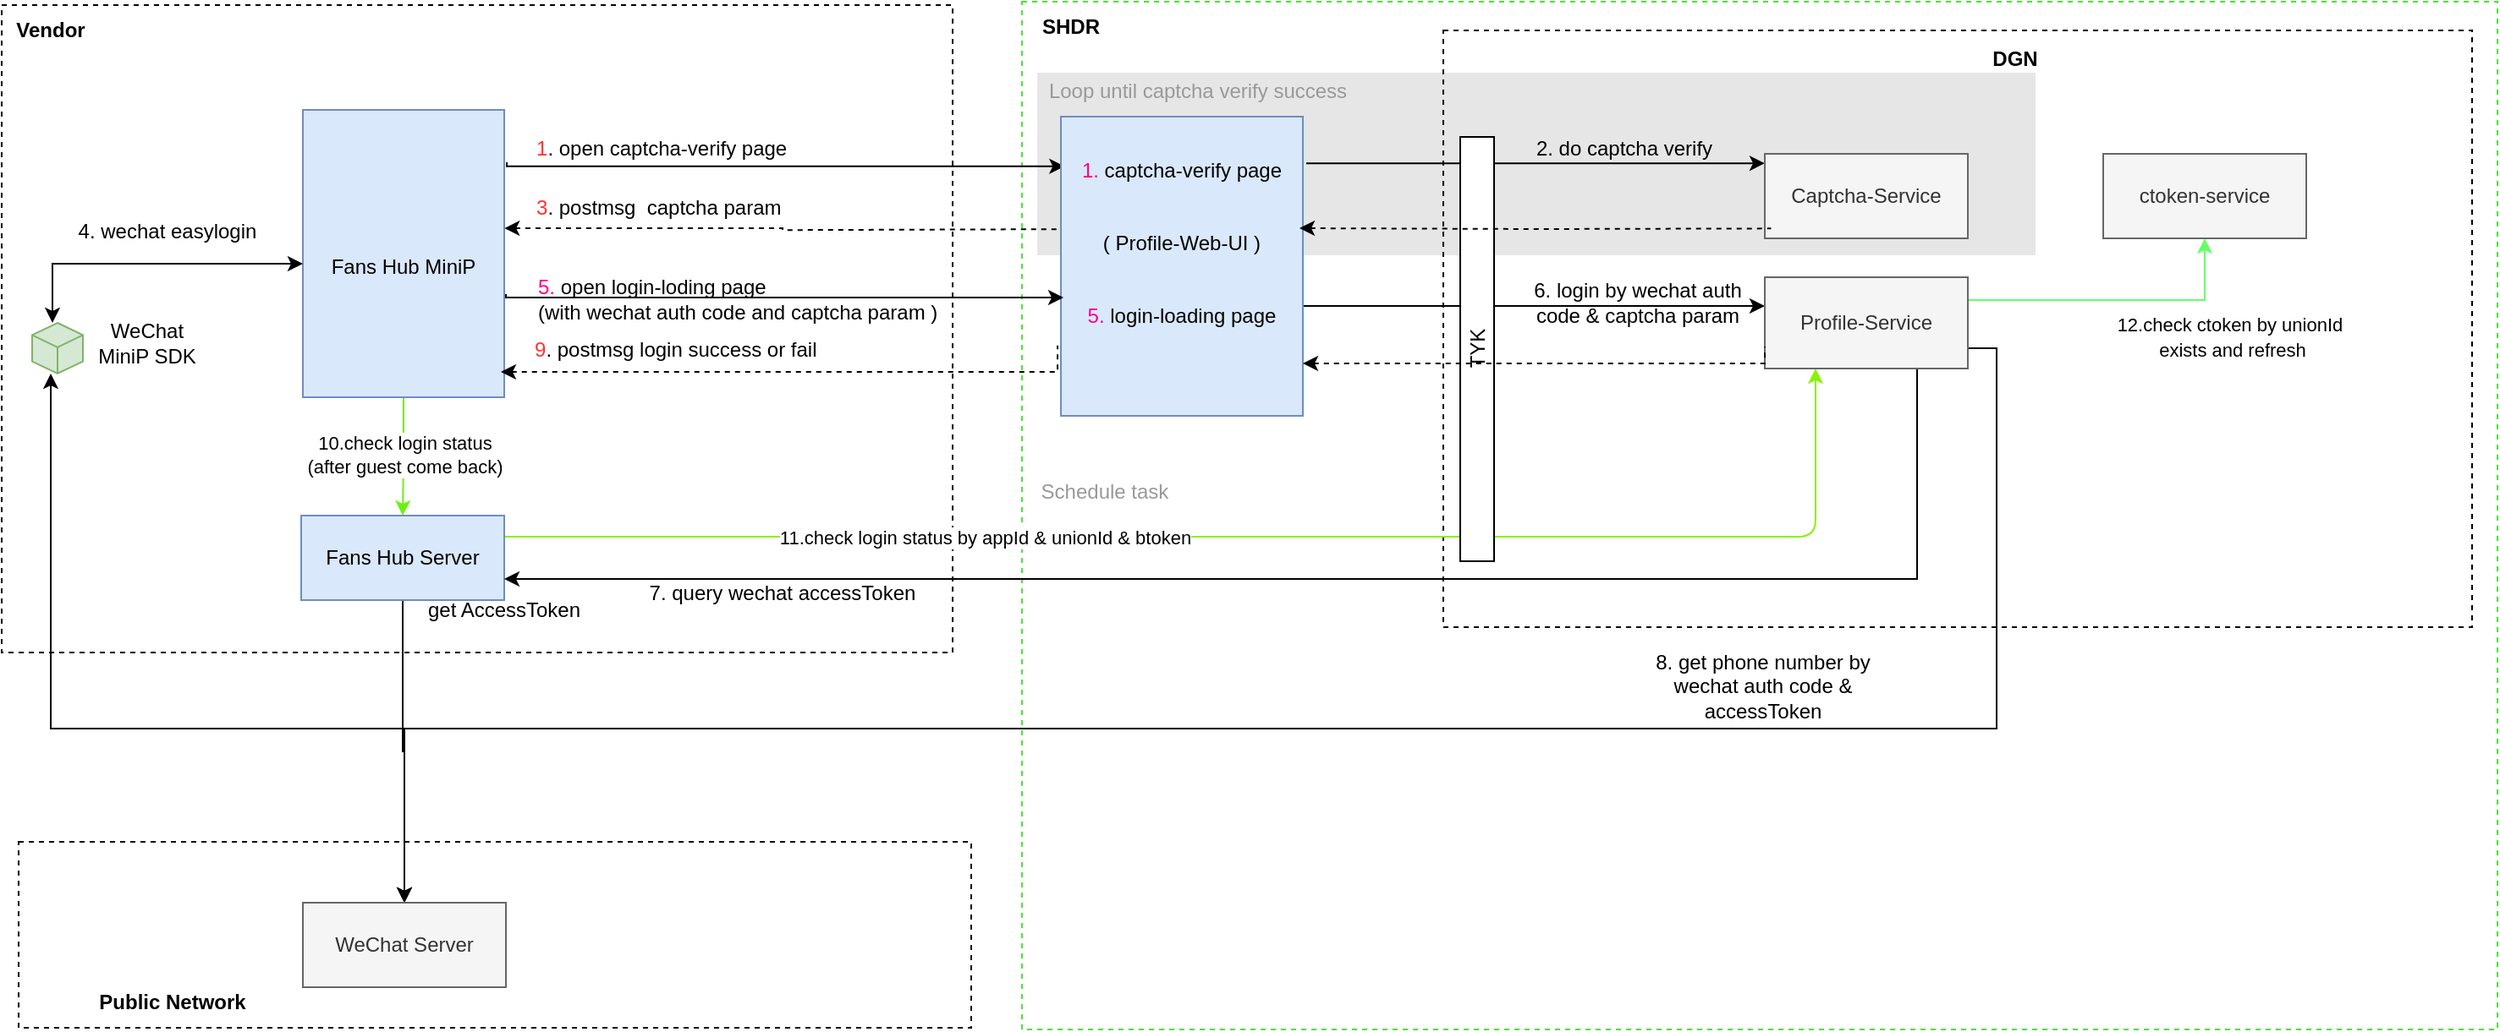
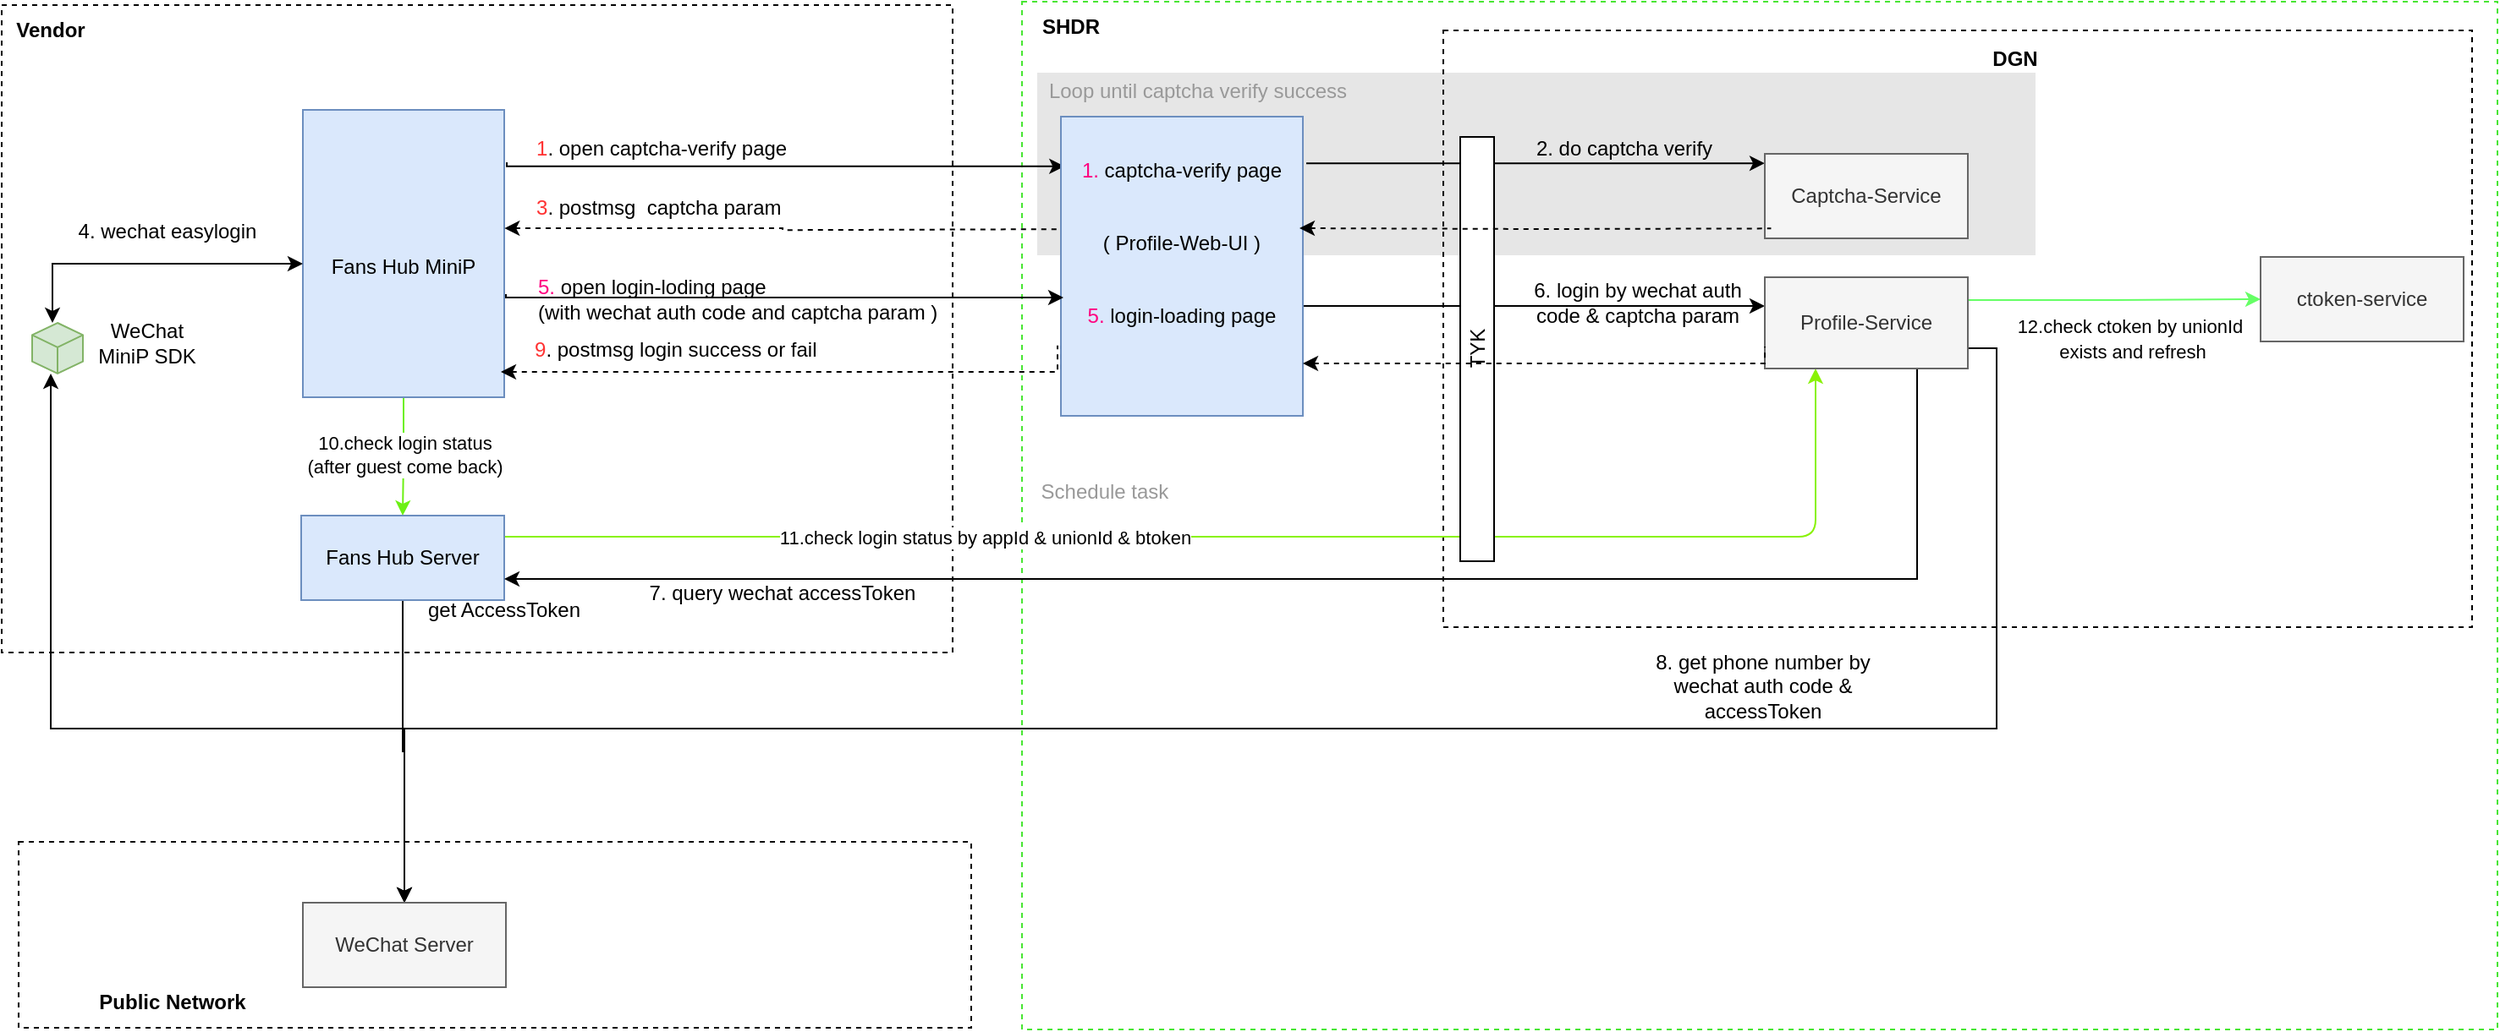
<mxfile host="app.diagrams.net" pages="2">
  <diagram name="Page-1" id="JkKfyPOHSuHI1fNDEWsh">
-     <mxGraphModel dx="2284" dy="878" grid="0" gridSize="10" guides="1" tooltips="1" connect="1" arrows="1" fold="1" page="0" pageScale="1" pageWidth="1100" pageHeight="850" math="0" shadow="0">
+     <mxGraphModel dx="2181" dy="865" grid="0" gridSize="10" guides="1" tooltips="1" connect="1" arrows="1" fold="1" page="0" pageScale="1" pageWidth="1100" pageHeight="850" math="0" shadow="0">
      <root>
        <mxCell id="UnjJ-Cxe2PCDWGxTPb1x-0" />
        <mxCell id="UnjJ-Cxe2PCDWGxTPb1x-1" parent="UnjJ-Cxe2PCDWGxTPb1x-0" />
        <mxCell id="qe2Qx6O1So3mZlVqqVI3-5" parent="UnjJ-Cxe2PCDWGxTPb1x-1" style="rounded=0;whiteSpace=wrap;html=1;fillColor=none;dashed=1;strokeColor=light-dark(#48e633, #ededed);" value="" vertex="1">
          <mxGeometry height="608" width="872" x="511" y="40" as="geometry" />
        </mxCell>
        <mxCell id="gEIhRj9R46I3PNmbhIbR-4" parent="UnjJ-Cxe2PCDWGxTPb1x-1" style="rounded=0;whiteSpace=wrap;html=1;fillColor=#E6E6E6;dashed=1;fontColor=#333333;strokeColor=none;" value="" vertex="1">
          <mxGeometry height="108" width="590" x="520" y="82" as="geometry" />
        </mxCell>
        <mxCell id="qe2Qx6O1So3mZlVqqVI3-7" parent="UnjJ-Cxe2PCDWGxTPb1x-1" style="rounded=0;whiteSpace=wrap;html=1;fillColor=none;dashed=1;" value="" vertex="1">
          <mxGeometry height="110" width="563" x="-82" y="537" as="geometry" />
        </mxCell>
        <mxCell id="qe2Qx6O1So3mZlVqqVI3-3" parent="UnjJ-Cxe2PCDWGxTPb1x-1" style="rounded=0;whiteSpace=wrap;html=1;fillColor=none;dashed=1;" value="" vertex="1">
          <mxGeometry height="353" width="608" x="760" y="57" as="geometry" />
        </mxCell>
        <mxCell id="1MAq06BTFm0Rt7mUuzEK-10" edge="1" parent="UnjJ-Cxe2PCDWGxTPb1x-1" style="edgeStyle=orthogonalEdgeStyle;rounded=0;orthogonalLoop=1;jettySize=auto;html=1;">
          <mxGeometry relative="1" as="geometry">
            <mxPoint x="660" y="219.99999999999997" as="sourcePoint" />
            <mxPoint x="950" y="219.99999999999997" as="targetPoint" />
          </mxGeometry>
        </mxCell>
        <mxCell id="qe2Qx6O1So3mZlVqqVI3-1" parent="UnjJ-Cxe2PCDWGxTPb1x-1" style="rounded=0;whiteSpace=wrap;html=1;fillColor=none;dashed=1;" value="" vertex="1">
          <mxGeometry height="383" width="562" x="-92" y="42" as="geometry" />
        </mxCell>
        <mxCell id="1MAq06BTFm0Rt7mUuzEK-0" edge="1" parent="UnjJ-Cxe2PCDWGxTPb1x-1" style="edgeStyle=orthogonalEdgeStyle;rounded=0;orthogonalLoop=1;jettySize=auto;html=1;entryX=0.015;entryY=0.166;entryDx=0;entryDy=0;entryPerimeter=0;" target="UnjJ-Cxe2PCDWGxTPb1x-15">
          <mxGeometry relative="1" as="geometry">
            <Array as="points">
              <mxPoint x="207" y="137" />
            </Array>
            <mxPoint x="206.5" y="134.98000000000002" as="sourcePoint" />
            <mxPoint x="490.5" y="137.02" as="targetPoint" />
          </mxGeometry>
        </mxCell>
        <mxCell id="MV7O7oNh7DO_Y3bJMNj8-5" edge="1" parent="UnjJ-Cxe2PCDWGxTPb1x-1" source="UnjJ-Cxe2PCDWGxTPb1x-6" style="edgeStyle=orthogonalEdgeStyle;rounded=0;orthogonalLoop=1;jettySize=auto;html=1;exitX=0.5;exitY=1;exitDx=0;exitDy=0;entryX=0.5;entryY=0;entryDx=0;entryDy=0;strokeColor=light-dark(#6cf014, #ededed);" target="UnjJ-Cxe2PCDWGxTPb1x-12">
          <mxGeometry relative="1" as="geometry" />
        </mxCell>
        <mxCell id="MV7O7oNh7DO_Y3bJMNj8-6" connectable="0" parent="MV7O7oNh7DO_Y3bJMNj8-5" style="edgeLabel;html=1;align=center;verticalAlign=middle;resizable=0;points=[];" value="10.check login status&lt;div&gt;(after guest come back)&lt;/div&gt;" vertex="1">
          <mxGeometry relative="1" x="-0.0355" as="geometry">
            <mxPoint as="offset" />
          </mxGeometry>
        </mxCell>
        <mxCell id="UnjJ-Cxe2PCDWGxTPb1x-6" parent="UnjJ-Cxe2PCDWGxTPb1x-1" style="rounded=0;whiteSpace=wrap;html=1;fillColor=#dae8fc;strokeColor=#6c8ebf;" value="&lt;div&gt;&lt;br&gt;&lt;/div&gt;Fans Hub MiniP" vertex="1">
          <mxGeometry height="170" width="119" x="86" y="104" as="geometry" />
        </mxCell>
        <mxCell id="qe2Qx6O1So3mZlVqqVI3-0" edge="1" parent="UnjJ-Cxe2PCDWGxTPb1x-1" source="UnjJ-Cxe2PCDWGxTPb1x-8" style="edgeStyle=orthogonalEdgeStyle;rounded=0;orthogonalLoop=1;jettySize=auto;html=1;startArrow=classic;startFill=1;" target="8nDl0_f0pEfaK5ahFEUg-0">
          <mxGeometry relative="1" as="geometry">
            <Array as="points">
              <mxPoint x="-63" y="245" />
              <mxPoint x="-63" y="470" />
            </Array>
          </mxGeometry>
        </mxCell>
        <mxCell id="UnjJ-Cxe2PCDWGxTPb1x-8" parent="UnjJ-Cxe2PCDWGxTPb1x-1" style="html=1;whiteSpace=wrap;shape=isoCube2;backgroundOutline=1;isoAngle=15;fillColor=#d5e8d4;strokeColor=#82b366;" value="" vertex="1">
          <mxGeometry height="30" width="30" x="-74" y="230" as="geometry" />
        </mxCell>
        <mxCell id="UnjJ-Cxe2PCDWGxTPb1x-9" parent="UnjJ-Cxe2PCDWGxTPb1x-1" style="text;html=1;whiteSpace=wrap;strokeColor=none;fillColor=none;align=center;verticalAlign=middle;rounded=0;" value="WeChat&lt;br&gt;MiniP SDK" vertex="1">
          <mxGeometry height="30" width="60" x="-36" y="227.00000000000003" as="geometry" />
        </mxCell>
        <mxCell id="8nDl0_f0pEfaK5ahFEUg-1" edge="1" parent="UnjJ-Cxe2PCDWGxTPb1x-1" source="UnjJ-Cxe2PCDWGxTPb1x-12" style="edgeStyle=orthogonalEdgeStyle;rounded=0;orthogonalLoop=1;jettySize=auto;html=1;entryX=0.5;entryY=0;entryDx=0;entryDy=0;" target="8nDl0_f0pEfaK5ahFEUg-0">
          <mxGeometry relative="1" as="geometry" />
        </mxCell>
        <mxCell id="MV7O7oNh7DO_Y3bJMNj8-7" edge="1" parent="UnjJ-Cxe2PCDWGxTPb1x-1" source="UnjJ-Cxe2PCDWGxTPb1x-12" style="edgeStyle=orthogonalEdgeStyle;rounded=1;orthogonalLoop=1;jettySize=auto;html=1;exitX=1;exitY=0.25;exitDx=0;exitDy=0;entryX=0.25;entryY=1;entryDx=0;entryDy=0;curved=0;strokeColor=light-dark(#89f207, #ededed);" target="UnjJ-Cxe2PCDWGxTPb1x-17">
          <mxGeometry relative="1" as="geometry" />
        </mxCell>
        <mxCell id="MV7O7oNh7DO_Y3bJMNj8-8" connectable="0" parent="MV7O7oNh7DO_Y3bJMNj8-7" style="edgeLabel;html=1;align=center;verticalAlign=middle;resizable=0;points=[];" value="11.check login status by appId &amp;amp; unionId &amp;amp; btoken" vertex="1">
          <mxGeometry relative="1" x="-0.3505" y="1" as="geometry">
            <mxPoint y="1" as="offset" />
          </mxGeometry>
        </mxCell>
        <mxCell id="UnjJ-Cxe2PCDWGxTPb1x-12" parent="UnjJ-Cxe2PCDWGxTPb1x-1" style="rounded=0;whiteSpace=wrap;html=1;fillColor=#dae8fc;strokeColor=#6c8ebf;" value="Fans Hub&amp;nbsp;Server" vertex="1">
          <mxGeometry height="50" width="120" x="85" y="344" as="geometry" />
        </mxCell>
        <mxCell id="UnjJ-Cxe2PCDWGxTPb1x-13" parent="UnjJ-Cxe2PCDWGxTPb1x-1" style="text;html=1;whiteSpace=wrap;strokeColor=none;fillColor=none;align=center;verticalAlign=middle;rounded=0;" value="get AccessToken" vertex="1">
          <mxGeometry height="20" width="110" x="150" y="390" as="geometry" />
        </mxCell>
        <mxCell id="1MAq06BTFm0Rt7mUuzEK-1" edge="1" parent="UnjJ-Cxe2PCDWGxTPb1x-1" style="edgeStyle=orthogonalEdgeStyle;rounded=0;orthogonalLoop=1;jettySize=auto;html=1;">
          <mxGeometry relative="1" as="geometry">
            <mxPoint x="679" y="135.58" as="sourcePoint" />
            <mxPoint x="950" y="135.58" as="targetPoint" />
          </mxGeometry>
        </mxCell>
        <mxCell id="UnjJ-Cxe2PCDWGxTPb1x-15" parent="UnjJ-Cxe2PCDWGxTPb1x-1" style="rounded=0;whiteSpace=wrap;html=1;fillColor=#dae8fc;strokeColor=#6c8ebf;" value="&lt;div&gt;&lt;font style=&quot;color: rgb(255, 0, 128);&quot;&gt;1.&amp;nbsp;&lt;/font&gt;captcha-verify page&lt;/div&gt;&lt;div&gt;&lt;br&gt;&lt;/div&gt;&lt;div&gt;&lt;br&gt;&lt;/div&gt;( Profile-Web-UI )&lt;div&gt;&lt;br&gt;&lt;/div&gt;&lt;div&gt;&lt;br&gt;&lt;/div&gt;&lt;div&gt;&lt;font style=&quot;color: rgb(255, 0, 128);&quot;&gt;5.&lt;/font&gt; login-loading page&lt;br&gt;&lt;div&gt;&lt;br&gt;&lt;/div&gt;&lt;div&gt;&lt;br&gt;&lt;/div&gt;&lt;/div&gt;" vertex="1">
          <mxGeometry height="177" width="143" x="534" y="108" as="geometry" />
        </mxCell>
        <mxCell id="gEIhRj9R46I3PNmbhIbR-0" edge="1" parent="UnjJ-Cxe2PCDWGxTPb1x-1" source="UnjJ-Cxe2PCDWGxTPb1x-17" style="edgeStyle=orthogonalEdgeStyle;rounded=0;orthogonalLoop=1;jettySize=auto;html=1;" target="8nDl0_f0pEfaK5ahFEUg-0">
          <mxGeometry relative="1" as="geometry">
            <Array as="points">
              <mxPoint x="1087" y="245" />
              <mxPoint x="1087" y="470" />
              <mxPoint x="146" y="470" />
            </Array>
            <mxPoint x="1067" y="253" as="sourcePoint" />
            <mxPoint x="227" y="493" as="targetPoint" />
          </mxGeometry>
        </mxCell>
        <mxCell id="MV7O7oNh7DO_Y3bJMNj8-3" edge="1" parent="UnjJ-Cxe2PCDWGxTPb1x-1" source="UnjJ-Cxe2PCDWGxTPb1x-17" style="edgeStyle=orthogonalEdgeStyle;rounded=0;orthogonalLoop=1;jettySize=auto;html=1;exitX=0.75;exitY=1;exitDx=0;exitDy=0;entryX=1;entryY=0.75;entryDx=0;entryDy=0;" target="UnjJ-Cxe2PCDWGxTPb1x-12">
          <mxGeometry relative="1" as="geometry" />
        </mxCell>
-         <mxCell id="MV7O7oNh7DO_Y3bJMNj8-9" edge="1" parent="UnjJ-Cxe2PCDWGxTPb1x-1" source="UnjJ-Cxe2PCDWGxTPb1x-17" style="edgeStyle=orthogonalEdgeStyle;rounded=0;orthogonalLoop=1;jettySize=auto;html=1;exitX=1;exitY=0.25;exitDx=0;exitDy=0;entryX=0.5;entryY=1;entryDx=0;entryDy=0;strokeColor=#66FF66;" target="MV7O7oNh7DO_Y3bJMNj8-1">
+         <mxCell id="MV7O7oNh7DO_Y3bJMNj8-9" edge="1" parent="UnjJ-Cxe2PCDWGxTPb1x-1" source="UnjJ-Cxe2PCDWGxTPb1x-17" style="edgeStyle=orthogonalEdgeStyle;rounded=0;orthogonalLoop=1;jettySize=auto;html=1;exitX=1;exitY=0.25;exitDx=0;exitDy=0;entryX=0;entryY=0.5;entryDx=0;entryDy=0;strokeColor=#66FF66;" target="MV7O7oNh7DO_Y3bJMNj8-1">
          <mxGeometry relative="1" as="geometry" />
        </mxCell>
        <mxCell id="UnjJ-Cxe2PCDWGxTPb1x-17" parent="UnjJ-Cxe2PCDWGxTPb1x-1" style="rounded=0;whiteSpace=wrap;html=1;fillColor=#f5f5f5;fontColor=#333333;strokeColor=#666666;" value="Profile-Service" vertex="1">
          <mxGeometry height="54" width="120" x="950" y="203" as="geometry" />
        </mxCell>
        <mxCell id="UnjJ-Cxe2PCDWGxTPb1x-21" parent="UnjJ-Cxe2PCDWGxTPb1x-1" style="text;html=1;whiteSpace=wrap;strokeColor=none;fillColor=none;align=center;verticalAlign=middle;rounded=0;" value="7. query wechat accessToken" vertex="1">
          <mxGeometry height="20" width="161" x="289" y="380" as="geometry" />
        </mxCell>
        <mxCell id="UnjJ-Cxe2PCDWGxTPb1x-24" parent="UnjJ-Cxe2PCDWGxTPb1x-1" style="text;html=1;whiteSpace=wrap;strokeColor=none;fillColor=none;align=left;verticalAlign=middle;rounded=0;" value="&lt;font style=&quot;color: rgb(255, 0, 128);&quot;&gt;5.&lt;/font&gt; open login-loding page&amp;nbsp;&lt;div&gt;(with wechat auth code&amp;nbsp;&lt;span style=&quot;background-color: transparent; color: light-dark(rgb(0, 0, 0), rgb(255, 255, 255));&quot;&gt;and&amp;nbsp;&lt;/span&gt;&lt;span style=&quot;background-color: transparent; color: light-dark(rgb(0, 0, 0), rgb(255, 255, 255));&quot;&gt;captcha param&lt;/span&gt;&lt;span style=&quot;background-color: transparent; color: light-dark(rgb(0, 0, 0), rgb(255, 255, 255));&quot;&gt;&amp;nbsp;&lt;/span&gt;&lt;span style=&quot;background-color: transparent; color: light-dark(rgb(0, 0, 0), rgb(255, 255, 255));&quot;&gt;)&lt;/span&gt;&lt;/div&gt;" vertex="1">
          <mxGeometry height="42" width="266" x="223" y="195" as="geometry" />
        </mxCell>
        <mxCell id="UnjJ-Cxe2PCDWGxTPb1x-25" parent="UnjJ-Cxe2PCDWGxTPb1x-1" style="rounded=0;whiteSpace=wrap;html=1;horizontal=0;" value="TYK" vertex="1">
          <mxGeometry height="251" width="20" x="770" y="120" as="geometry" />
        </mxCell>
        <mxCell id="UnjJ-Cxe2PCDWGxTPb1x-26" parent="UnjJ-Cxe2PCDWGxTPb1x-1" style="text;html=1;whiteSpace=wrap;strokeColor=none;fillColor=none;align=center;verticalAlign=middle;rounded=0;" value="6. login by wechat auth code &amp;amp; captcha param" vertex="1">
          <mxGeometry height="30" width="150" x="800" y="203" as="geometry" />
        </mxCell>
        <mxCell id="UnjJ-Cxe2PCDWGxTPb1x-29" parent="UnjJ-Cxe2PCDWGxTPb1x-1" style="text;html=1;whiteSpace=wrap;strokeColor=none;fillColor=none;align=center;verticalAlign=middle;rounded=0;" value="4. wechat easylogin" vertex="1">
          <mxGeometry height="20" width="120" x="-54" y="166" as="geometry" />
        </mxCell>
        <mxCell id="UnjJ-Cxe2PCDWGxTPb1x-32" parent="UnjJ-Cxe2PCDWGxTPb1x-1" style="rounded=0;whiteSpace=wrap;html=1;fillColor=#f5f5f5;fontColor=#333333;strokeColor=#666666;" value="Captcha-Service" vertex="1">
          <mxGeometry height="50" width="120" x="950" y="130" as="geometry" />
        </mxCell>
        <mxCell id="UnjJ-Cxe2PCDWGxTPb1x-33" parent="UnjJ-Cxe2PCDWGxTPb1x-1" style="text;html=1;whiteSpace=wrap;strokeColor=none;fillColor=none;align=center;verticalAlign=middle;rounded=0;" value="2. do captcha verify" vertex="1">
          <mxGeometry height="20" width="110" x="812" y="117" as="geometry" />
        </mxCell>
        <mxCell id="1MAq06BTFm0Rt7mUuzEK-4" edge="1" parent="UnjJ-Cxe2PCDWGxTPb1x-1" source="UnjJ-Cxe2PCDWGxTPb1x-6" style="edgeStyle=orthogonalEdgeStyle;rounded=0;orthogonalLoop=1;jettySize=auto;html=1;entryX=0;entryY=0.176;entryDx=0;entryDy=0;dashed=1;startArrow=classic;startFill=1;endArrow=none;endFill=0;entryPerimeter=0;exitX=1.001;exitY=0.412;exitDx=0;exitDy=0;exitPerimeter=0;">
          <mxGeometry relative="1" as="geometry">
            <mxPoint x="252" y="175" as="sourcePoint" />
            <mxPoint x="534" y="174.5859999999999" as="targetPoint" />
          </mxGeometry>
        </mxCell>
        <mxCell id="1MAq06BTFm0Rt7mUuzEK-5" parent="UnjJ-Cxe2PCDWGxTPb1x-1" style="text;html=1;whiteSpace=wrap;strokeColor=none;fillColor=none;align=left;verticalAlign=middle;rounded=0;" value="&lt;font style=&quot;color: rgb(255, 51, 51);&quot;&gt;3&lt;/font&gt;. postmsg&amp;nbsp; captcha param&amp;nbsp;" vertex="1">
          <mxGeometry height="18" width="166.25" x="222" y="153" as="geometry" />
        </mxCell>
        <mxCell id="1MAq06BTFm0Rt7mUuzEK-7" edge="1" parent="UnjJ-Cxe2PCDWGxTPb1x-1" style="edgeStyle=orthogonalEdgeStyle;rounded=0;orthogonalLoop=1;jettySize=auto;html=1;entryX=0;entryY=0.765;entryDx=0;entryDy=0;dashed=1;startArrow=classic;startFill=1;endArrow=none;endFill=0;entryPerimeter=0;">
          <mxGeometry relative="1" as="geometry">
            <Array as="points">
              <mxPoint x="532" y="259" />
            </Array>
            <mxPoint x="203.00000000000045" y="259.0000000000001" as="sourcePoint" />
            <mxPoint x="532" y="243.40499999999997" as="targetPoint" />
          </mxGeometry>
        </mxCell>
        <mxCell id="1MAq06BTFm0Rt7mUuzEK-8" parent="UnjJ-Cxe2PCDWGxTPb1x-1" style="text;html=1;whiteSpace=wrap;strokeColor=none;fillColor=none;align=left;verticalAlign=middle;rounded=0;" value="&lt;font style=&quot;color: rgb(255, 51, 51);&quot;&gt;9&lt;/font&gt;. postmsg login success or fail&lt;span style=&quot;background-color: transparent; color: light-dark(rgb(0, 0, 0), rgb(255, 255, 255));&quot;&gt;&amp;nbsp;&lt;/span&gt;&lt;div&gt;&lt;div&gt;&lt;br&gt;&lt;/div&gt;&lt;/div&gt;" vertex="1">
          <mxGeometry height="31" width="173" x="221" y="237" as="geometry" />
        </mxCell>
        <mxCell id="8nDl0_f0pEfaK5ahFEUg-0" parent="UnjJ-Cxe2PCDWGxTPb1x-1" style="rounded=0;whiteSpace=wrap;html=1;fillColor=#f5f5f5;fontColor=#333333;strokeColor=#666666;" value="WeChat Server" vertex="1">
          <mxGeometry height="50" width="120" x="86" y="573" as="geometry" />
        </mxCell>
        <mxCell id="8nDl0_f0pEfaK5ahFEUg-4" edge="1" parent="UnjJ-Cxe2PCDWGxTPb1x-1" source="UnjJ-Cxe2PCDWGxTPb1x-8" style="edgeStyle=orthogonalEdgeStyle;rounded=0;orthogonalLoop=1;jettySize=auto;html=1;startArrow=classic;startFill=1;" target="UnjJ-Cxe2PCDWGxTPb1x-6">
          <mxGeometry relative="1" as="geometry">
            <Array as="points">
              <mxPoint x="-62" y="195" />
            </Array>
            <mxPoint x="170" y="180" as="targetPoint" />
          </mxGeometry>
        </mxCell>
        <mxCell id="qe2Qx6O1So3mZlVqqVI3-2" parent="UnjJ-Cxe2PCDWGxTPb1x-1" style="text;html=1;whiteSpace=wrap;strokeColor=none;fillColor=none;align=center;verticalAlign=middle;rounded=0;" value="&lt;b&gt;Vendor&lt;/b&gt;" vertex="1">
          <mxGeometry height="30" width="60" x="-93" y="42" as="geometry" />
        </mxCell>
        <mxCell id="qe2Qx6O1So3mZlVqqVI3-4" parent="UnjJ-Cxe2PCDWGxTPb1x-1" style="text;html=1;whiteSpace=wrap;strokeColor=none;fillColor=none;align=center;verticalAlign=middle;rounded=0;" value="&lt;b&gt;DGN&lt;/b&gt;" vertex="1">
          <mxGeometry height="30" width="60" x="1068" y="59" as="geometry" />
        </mxCell>
        <mxCell id="qe2Qx6O1So3mZlVqqVI3-6" parent="UnjJ-Cxe2PCDWGxTPb1x-1" style="text;html=1;whiteSpace=wrap;strokeColor=none;fillColor=none;align=center;verticalAlign=middle;rounded=0;" value="&lt;b&gt;SHDR&lt;/b&gt;" vertex="1">
          <mxGeometry height="30" width="60" x="510" y="40" as="geometry" />
        </mxCell>
        <mxCell id="qe2Qx6O1So3mZlVqqVI3-8" parent="UnjJ-Cxe2PCDWGxTPb1x-1" style="text;html=1;whiteSpace=wrap;strokeColor=none;fillColor=none;align=center;verticalAlign=middle;rounded=0;" value="&lt;b&gt;Public Network&lt;/b&gt;" vertex="1">
          <mxGeometry height="30" width="90" x="-36" y="617" as="geometry" />
        </mxCell>
        <mxCell id="gEIhRj9R46I3PNmbhIbR-2" parent="UnjJ-Cxe2PCDWGxTPb1x-1" style="text;html=1;whiteSpace=wrap;strokeColor=none;fillColor=none;align=center;verticalAlign=middle;rounded=0;" value="8. get phone number by &lt;br&gt;wechat auth code &amp;amp; accessToken" vertex="1">
          <mxGeometry height="40" width="170" x="864" y="425" as="geometry" />
        </mxCell>
        <mxCell id="gEIhRj9R46I3PNmbhIbR-6" parent="UnjJ-Cxe2PCDWGxTPb1x-1" style="text;html=1;whiteSpace=wrap;strokeColor=none;fillColor=none;align=center;verticalAlign=middle;rounded=0;fontColor=#A6A6A6;" value="&lt;font style=&quot;color: rgb(153, 153, 153);&quot;&gt;Loop until captcha verify success&lt;/font&gt;" vertex="1">
          <mxGeometry height="14" width="180" x="525" y="86" as="geometry" />
        </mxCell>
        <mxCell id="gEIhRj9R46I3PNmbhIbR-8" parent="UnjJ-Cxe2PCDWGxTPb1x-1" style="text;html=1;whiteSpace=wrap;strokeColor=none;fillColor=none;align=center;verticalAlign=middle;rounded=0;" value="&lt;font style=&quot;color: rgb(153, 153, 153);&quot;&gt;Schedule task&lt;/font&gt;" vertex="1">
          <mxGeometry height="20" width="100" x="510" y="320" as="geometry" />
        </mxCell>
        <mxCell id="YtpWFMCaTKnpzCtooHJb-9" edge="1" parent="UnjJ-Cxe2PCDWGxTPb1x-1" source="UnjJ-Cxe2PCDWGxTPb1x-15" style="edgeStyle=orthogonalEdgeStyle;rounded=0;orthogonalLoop=1;jettySize=auto;html=1;entryX=0;entryY=0.765;entryDx=0;entryDy=0;dashed=1;startArrow=classic;startFill=1;endArrow=none;endFill=0;entryPerimeter=0;">
          <mxGeometry relative="1" as="geometry">
            <Array as="points">
              <mxPoint x="950" y="254" />
            </Array>
            <mxPoint x="668" y="260" as="sourcePoint" />
            <mxPoint x="950" y="244" as="targetPoint" />
          </mxGeometry>
        </mxCell>
        <mxCell id="YtpWFMCaTKnpzCtooHJb-10" edge="1" parent="UnjJ-Cxe2PCDWGxTPb1x-1" style="edgeStyle=orthogonalEdgeStyle;rounded=0;orthogonalLoop=1;jettySize=auto;html=1;entryX=0;entryY=0.176;entryDx=0;entryDy=0;dashed=1;startArrow=classic;startFill=1;endArrow=none;endFill=0;entryPerimeter=0;exitX=0.977;exitY=0.338;exitDx=0;exitDy=0;exitPerimeter=0;">
          <mxGeometry relative="1" as="geometry">
            <mxPoint x="675.0010000000002" y="173.996" as="sourcePoint" />
            <mxPoint x="953.73" y="174.17" as="targetPoint" />
          </mxGeometry>
        </mxCell>
        <mxCell id="YtpWFMCaTKnpzCtooHJb-11" parent="UnjJ-Cxe2PCDWGxTPb1x-1" style="text;html=1;whiteSpace=wrap;strokeColor=none;fillColor=none;align=left;verticalAlign=middle;rounded=0;" value="&lt;font color=&quot;#ff3333&quot;&gt;1&lt;/font&gt;. open captcha-verify page&amp;nbsp;" vertex="1">
          <mxGeometry height="18" width="166.25" x="222" y="118" as="geometry" />
        </mxCell>
        <mxCell id="YtpWFMCaTKnpzCtooHJb-18" edge="1" parent="UnjJ-Cxe2PCDWGxTPb1x-1" style="edgeStyle=orthogonalEdgeStyle;rounded=0;orthogonalLoop=1;jettySize=auto;html=1;entryX=0.015;entryY=0.166;entryDx=0;entryDy=0;entryPerimeter=0;">
          <mxGeometry relative="1" as="geometry">
            <Array as="points">
              <mxPoint x="206.5" y="215.01999999999998" />
            </Array>
            <mxPoint x="206" y="213" as="sourcePoint" />
            <mxPoint x="535.5" y="215.01999999999998" as="targetPoint" />
          </mxGeometry>
        </mxCell>
        <mxCell id="MV7O7oNh7DO_Y3bJMNj8-1" parent="UnjJ-Cxe2PCDWGxTPb1x-1" style="rounded=0;whiteSpace=wrap;html=1;fillColor=#f5f5f5;fontColor=#333333;strokeColor=#666666;" value="ctoken-service" vertex="1">
-           <mxGeometry height="50" width="120" x="1150" y="130" as="geometry" />
+           <mxGeometry height="50" width="120" x="1243" y="191" as="geometry" />
        </mxCell>
        <mxCell id="MV7O7oNh7DO_Y3bJMNj8-11" parent="UnjJ-Cxe2PCDWGxTPb1x-1" style="text;html=1;whiteSpace=wrap;strokeColor=none;fillColor=none;align=center;verticalAlign=middle;rounded=0;" value="&lt;span style=&quot;font-size: 11px; white-space: nowrap; background-color: rgb(255, 255, 255);&quot;&gt;12.check ctoken by unionId&amp;nbsp;&lt;/span&gt;&lt;div&gt;&lt;span style=&quot;font-size: 11px; white-space: nowrap; background-color: rgb(255, 255, 255);&quot;&gt;exists and refresh&lt;/span&gt;&lt;/div&gt;" vertex="1">
-           <mxGeometry height="30" width="121" x="1166" y="223" as="geometry" />
+           <mxGeometry height="30" width="121" x="1107" y="224" as="geometry" />
        </mxCell>
      </root>
    </mxGraphModel>
  </diagram>
  <diagram name="第 2 页" id="nTx_pF_WE7XyQ4OgZjnN">
    <mxGraphModel grid="1" page="1" gridSize="10" guides="1" tooltips="1" connect="1" arrows="1" fold="1" pageScale="1" pageWidth="827" pageHeight="1169" math="0" shadow="0">
      <root>
        <mxCell id="0" />
        <mxCell id="1" parent="0" />
        <mxCell id="lidhzXPIUb5Hah_YvpVS-1" parent="1" style="rounded=0;whiteSpace=wrap;html=1;fillColor=none;dashed=1;" value="" vertex="1">
          <mxGeometry height="528" width="1300" x="70" y="602" as="geometry" />
        </mxCell>
        <mxCell id="lidhzXPIUb5Hah_YvpVS-2" parent="1" style="rounded=0;whiteSpace=wrap;html=1;fillColor=#E6E6E6;dashed=1;fontColor=#333333;strokeColor=none;" value="" vertex="1">
          <mxGeometry height="108" width="590" x="743" y="642" as="geometry" />
        </mxCell>
        <mxCell id="lidhzXPIUb5Hah_YvpVS-3" parent="1" style="rounded=0;whiteSpace=wrap;html=1;fillColor=none;dashed=1;" value="" vertex="1">
          <mxGeometry height="110" width="563" x="130" y="990" as="geometry" />
        </mxCell>
        <mxCell id="lidhzXPIUb5Hah_YvpVS-4" parent="1" style="rounded=0;whiteSpace=wrap;html=1;fillColor=none;dashed=1;" value="" vertex="1">
          <mxGeometry height="351" width="368" x="983" y="619" as="geometry" />
        </mxCell>
        <mxCell id="lidhzXPIUb5Hah_YvpVS-5" edge="1" parent="1" style="edgeStyle=orthogonalEdgeStyle;rounded=0;orthogonalLoop=1;jettySize=auto;html=1;">
          <mxGeometry relative="1" as="geometry">
            <mxPoint x="883" y="780" as="sourcePoint" />
            <mxPoint x="1173" y="780" as="targetPoint" />
          </mxGeometry>
        </mxCell>
        <mxCell id="lidhzXPIUb5Hah_YvpVS-7" edge="1" parent="1" source="lidhzXPIUb5Hah_YvpVS-9" style="edgeStyle=orthogonalEdgeStyle;rounded=0;orthogonalLoop=1;jettySize=auto;html=1;entryX=0.5;entryY=0;entryDx=0;entryDy=0;dashed=1;" target="lidhzXPIUb5Hah_YvpVS-14">
          <mxGeometry relative="1" as="geometry" />
        </mxCell>
        <mxCell id="lidhzXPIUb5Hah_YvpVS-8" edge="1" parent="1" style="edgeStyle=orthogonalEdgeStyle;rounded=0;orthogonalLoop=1;jettySize=auto;html=1;entryX=0.015;entryY=0.166;entryDx=0;entryDy=0;entryPerimeter=0;" target="lidhzXPIUb5Hah_YvpVS-17">
          <mxGeometry relative="1" as="geometry">
            <Array as="points">
              <mxPoint x="430" y="697" />
            </Array>
            <mxPoint x="429.5" y="694.98" as="sourcePoint" />
            <mxPoint x="713.5" y="697.02" as="targetPoint" />
          </mxGeometry>
        </mxCell>
        <mxCell id="lidhzXPIUb5Hah_YvpVS-9" parent="1" style="rounded=0;whiteSpace=wrap;html=1;fillColor=#dae8fc;strokeColor=#6c8ebf;" value="&lt;div&gt;&lt;br&gt;&lt;/div&gt;SHDR MiniP" vertex="1">
          <mxGeometry height="170" width="119" x="309" y="664" as="geometry" />
        </mxCell>
        <mxCell id="lidhzXPIUb5Hah_YvpVS-10" edge="1" parent="1" source="lidhzXPIUb5Hah_YvpVS-11" style="edgeStyle=orthogonalEdgeStyle;rounded=0;orthogonalLoop=1;jettySize=auto;html=1;startArrow=classic;startFill=1;" target="lidhzXPIUb5Hah_YvpVS-32">
          <mxGeometry relative="1" as="geometry">
            <Array as="points">
              <mxPoint x="160" y="805" />
              <mxPoint x="160" y="1030" />
            </Array>
          </mxGeometry>
        </mxCell>
        <mxCell id="lidhzXPIUb5Hah_YvpVS-11" parent="1" style="html=1;whiteSpace=wrap;shape=isoCube2;backgroundOutline=1;isoAngle=15;fillColor=#d5e8d4;strokeColor=#82b366;" value="" vertex="1">
          <mxGeometry height="30" width="30" x="149" y="790" as="geometry" />
        </mxCell>
        <mxCell id="lidhzXPIUb5Hah_YvpVS-12" parent="1" style="text;html=1;whiteSpace=wrap;strokeColor=none;fillColor=none;align=center;verticalAlign=middle;rounded=0;" value="WeChat&lt;br&gt;MiniP SDK" vertex="1">
          <mxGeometry height="30" width="60" x="187" y="787" as="geometry" />
        </mxCell>
        <mxCell id="lidhzXPIUb5Hah_YvpVS-13" edge="1" parent="1" source="lidhzXPIUb5Hah_YvpVS-14" style="edgeStyle=orthogonalEdgeStyle;rounded=0;orthogonalLoop=1;jettySize=auto;html=1;entryX=0.5;entryY=0;entryDx=0;entryDy=0;" target="lidhzXPIUb5Hah_YvpVS-32">
          <mxGeometry relative="1" as="geometry" />
        </mxCell>
        <mxCell id="lidhzXPIUb5Hah_YvpVS-14" parent="1" style="rounded=0;whiteSpace=wrap;html=1;fillColor=#dae8fc;strokeColor=#6c8ebf;" value="SHDR MiniP Server" vertex="1">
          <mxGeometry height="50" width="120" x="309" y="884" as="geometry" />
        </mxCell>
        <mxCell id="lidhzXPIUb5Hah_YvpVS-15" parent="1" style="text;html=1;whiteSpace=wrap;strokeColor=none;fillColor=none;align=center;verticalAlign=middle;rounded=0;" value="get AccessToken" vertex="1">
          <mxGeometry height="20" width="110" x="373" y="950" as="geometry" />
        </mxCell>
        <mxCell id="lidhzXPIUb5Hah_YvpVS-16" edge="1" parent="1" style="edgeStyle=orthogonalEdgeStyle;rounded=0;orthogonalLoop=1;jettySize=auto;html=1;">
          <mxGeometry relative="1" as="geometry">
            <mxPoint x="902" y="695.58" as="sourcePoint" />
            <mxPoint x="1173" y="695.58" as="targetPoint" />
          </mxGeometry>
        </mxCell>
        <mxCell id="lidhzXPIUb5Hah_YvpVS-17" parent="1" style="rounded=0;whiteSpace=wrap;html=1;fillColor=#dae8fc;strokeColor=#6c8ebf;" value="&lt;div&gt;&lt;font style=&quot;color: rgb(255, 0, 128);&quot;&gt;1.&amp;nbsp;&lt;/font&gt;captcha-verify page&lt;/div&gt;&lt;div&gt;&lt;br&gt;&lt;/div&gt;&lt;div&gt;&lt;br&gt;&lt;/div&gt;( Profile-Web-UI )&lt;div&gt;&lt;br&gt;&lt;/div&gt;&lt;div&gt;&lt;br&gt;&lt;/div&gt;&lt;div&gt;&lt;font style=&quot;color: rgb(255, 0, 128);&quot;&gt;5.&lt;/font&gt; login-loading page&lt;br&gt;&lt;div&gt;&lt;br&gt;&lt;/div&gt;&lt;div&gt;&lt;br&gt;&lt;/div&gt;&lt;/div&gt;" vertex="1">
          <mxGeometry height="177" width="143" x="757" y="668" as="geometry" />
        </mxCell>
        <mxCell id="lidhzXPIUb5Hah_YvpVS-18" edge="1" parent="1" source="lidhzXPIUb5Hah_YvpVS-20" style="edgeStyle=orthogonalEdgeStyle;rounded=0;orthogonalLoop=1;jettySize=auto;html=1;" target="lidhzXPIUb5Hah_YvpVS-32">
          <mxGeometry relative="1" as="geometry">
            <Array as="points">
              <mxPoint x="1310" y="788" />
              <mxPoint x="1310" y="1030" />
            </Array>
            <mxPoint x="1290" y="813" as="sourcePoint" />
            <mxPoint x="450" y="1053" as="targetPoint" />
          </mxGeometry>
        </mxCell>
        <mxCell id="lidhzXPIUb5Hah_YvpVS-19" edge="1" parent="1" source="lidhzXPIUb5Hah_YvpVS-20" style="edgeStyle=orthogonalEdgeStyle;rounded=0;orthogonalLoop=1;jettySize=auto;html=1;" target="lidhzXPIUb5Hah_YvpVS-14" value="">
          <mxGeometry relative="1" as="geometry">
            <Array as="points">
              <mxPoint x="1233" y="915" />
            </Array>
          </mxGeometry>
        </mxCell>
        <mxCell id="lidhzXPIUb5Hah_YvpVS-20" parent="1" style="rounded=0;whiteSpace=wrap;html=1;fillColor=#f5f5f5;fontColor=#333333;strokeColor=#666666;" value="Profile-Service" vertex="1">
          <mxGeometry height="54" width="120" x="1173" y="763" as="geometry" />
        </mxCell>
        <mxCell id="lidhzXPIUb5Hah_YvpVS-21" parent="1" style="text;html=1;whiteSpace=wrap;strokeColor=none;fillColor=none;align=center;verticalAlign=middle;rounded=0;" value="7. query wechat accessToken" vertex="1">
          <mxGeometry height="20" width="161" x="447.63" y="892" as="geometry" />
        </mxCell>
        <mxCell id="lidhzXPIUb5Hah_YvpVS-22" parent="1" style="text;html=1;whiteSpace=wrap;strokeColor=none;fillColor=none;align=left;verticalAlign=middle;rounded=0;" value="&lt;font style=&quot;color: rgb(255, 0, 128);&quot;&gt;5.&lt;/font&gt; open login-loding page&amp;nbsp;&lt;div&gt;(with wechat auth code&amp;nbsp;&lt;span style=&quot;background-color: transparent; color: light-dark(rgb(0, 0, 0), rgb(255, 255, 255));&quot;&gt;and&amp;nbsp;&lt;/span&gt;&lt;span style=&quot;background-color: transparent; color: light-dark(rgb(0, 0, 0), rgb(255, 255, 255));&quot;&gt;captcha param&lt;/span&gt;&lt;span style=&quot;background-color: transparent; color: light-dark(rgb(0, 0, 0), rgb(255, 255, 255));&quot;&gt;&amp;nbsp;&lt;/span&gt;&lt;span style=&quot;background-color: transparent; color: light-dark(rgb(0, 0, 0), rgb(255, 255, 255));&quot;&gt;)&lt;/span&gt;&lt;/div&gt;" vertex="1">
          <mxGeometry height="42" width="266" x="446" y="755" as="geometry" />
        </mxCell>
        <mxCell id="lidhzXPIUb5Hah_YvpVS-23" parent="1" style="rounded=0;whiteSpace=wrap;html=1;horizontal=0;" value="TYK" vertex="1">
          <mxGeometry height="170" width="20" x="993" y="680" as="geometry" />
        </mxCell>
        <mxCell id="lidhzXPIUb5Hah_YvpVS-24" parent="1" style="text;html=1;whiteSpace=wrap;strokeColor=none;fillColor=none;align=center;verticalAlign=middle;rounded=0;" value="6. login by wechat auth code &amp;amp; captcha param" vertex="1">
          <mxGeometry height="30" width="150" x="1023" y="763" as="geometry" />
        </mxCell>
        <mxCell id="lidhzXPIUb5Hah_YvpVS-25" parent="1" style="text;html=1;whiteSpace=wrap;strokeColor=none;fillColor=none;align=center;verticalAlign=middle;rounded=0;" value="4. wechat easylogin" vertex="1">
          <mxGeometry height="20" width="120" x="169" y="726" as="geometry" />
        </mxCell>
        <mxCell id="lidhzXPIUb5Hah_YvpVS-26" parent="1" style="rounded=0;whiteSpace=wrap;html=1;fillColor=#f5f5f5;fontColor=#333333;strokeColor=#666666;" value="Captcha-Service" vertex="1">
          <mxGeometry height="50" width="120" x="1173" y="690" as="geometry" />
        </mxCell>
        <mxCell id="lidhzXPIUb5Hah_YvpVS-27" parent="1" style="text;html=1;whiteSpace=wrap;strokeColor=none;fillColor=none;align=center;verticalAlign=middle;rounded=0;" value="2. do captcha verify" vertex="1">
          <mxGeometry height="20" width="110" x="1035" y="677" as="geometry" />
        </mxCell>
        <mxCell id="lidhzXPIUb5Hah_YvpVS-28" edge="1" parent="1" source="lidhzXPIUb5Hah_YvpVS-9" style="edgeStyle=orthogonalEdgeStyle;rounded=0;orthogonalLoop=1;jettySize=auto;html=1;entryX=0;entryY=0.176;entryDx=0;entryDy=0;dashed=1;startArrow=classic;startFill=1;endArrow=none;endFill=0;entryPerimeter=0;exitX=1.001;exitY=0.412;exitDx=0;exitDy=0;exitPerimeter=0;">
          <mxGeometry relative="1" as="geometry">
            <mxPoint x="475" y="735" as="sourcePoint" />
            <mxPoint x="757" y="734.5859999999999" as="targetPoint" />
          </mxGeometry>
        </mxCell>
        <mxCell id="lidhzXPIUb5Hah_YvpVS-29" parent="1" style="text;html=1;whiteSpace=wrap;strokeColor=none;fillColor=none;align=left;verticalAlign=middle;rounded=0;" value="&lt;font style=&quot;color: rgb(255, 51, 51);&quot;&gt;3&lt;/font&gt;. postmsg&amp;nbsp; captcha param&amp;nbsp;" vertex="1">
          <mxGeometry height="18" width="166.25" x="445" y="713" as="geometry" />
        </mxCell>
        <mxCell id="lidhzXPIUb5Hah_YvpVS-30" edge="1" parent="1" source="lidhzXPIUb5Hah_YvpVS-9" style="edgeStyle=orthogonalEdgeStyle;rounded=0;orthogonalLoop=1;jettySize=auto;html=1;entryX=0;entryY=0.765;entryDx=0;entryDy=0;dashed=1;startArrow=classic;startFill=1;endArrow=none;endFill=0;entryPerimeter=0;" target="lidhzXPIUb5Hah_YvpVS-17">
          <mxGeometry relative="1" as="geometry">
            <Array as="points">
              <mxPoint x="757" y="819" />
            </Array>
            <mxPoint x="475" y="819" as="sourcePoint" />
            <mxPoint x="713" y="820" as="targetPoint" />
          </mxGeometry>
        </mxCell>
        <mxCell id="lidhzXPIUb5Hah_YvpVS-31" parent="1" style="text;html=1;whiteSpace=wrap;strokeColor=none;fillColor=none;align=left;verticalAlign=middle;rounded=0;" value="&lt;font style=&quot;color: rgb(255, 51, 51);&quot;&gt;9&lt;/font&gt;. postmsg login success&amp;nbsp;&lt;div&gt;(with swid and token)&amp;nbsp;&lt;div&gt;&lt;br&gt;&lt;/div&gt;&lt;/div&gt;" vertex="1">
          <mxGeometry height="38" width="140" x="445" y="807" as="geometry" />
        </mxCell>
        <mxCell id="lidhzXPIUb5Hah_YvpVS-32" parent="1" style="rounded=0;whiteSpace=wrap;html=1;fillColor=#f5f5f5;fontColor=#333333;strokeColor=#666666;" value="WeChat Server" vertex="1">
          <mxGeometry height="50" width="120" x="309" y="1003" as="geometry" />
        </mxCell>
        <mxCell id="lidhzXPIUb5Hah_YvpVS-33" edge="1" parent="1" source="lidhzXPIUb5Hah_YvpVS-11" style="edgeStyle=orthogonalEdgeStyle;rounded=0;orthogonalLoop=1;jettySize=auto;html=1;startArrow=classic;startFill=1;" target="lidhzXPIUb5Hah_YvpVS-9">
          <mxGeometry relative="1" as="geometry">
            <Array as="points">
              <mxPoint x="161" y="755" />
            </Array>
            <mxPoint x="393" y="740" as="targetPoint" />
          </mxGeometry>
        </mxCell>
        <mxCell id="lidhzXPIUb5Hah_YvpVS-35" parent="1" style="text;html=1;whiteSpace=wrap;strokeColor=none;fillColor=none;align=center;verticalAlign=middle;rounded=0;" value="&lt;b&gt;DGN&lt;/b&gt;" vertex="1">
          <mxGeometry height="30" width="60" x="1291" y="619" as="geometry" />
        </mxCell>
        <mxCell id="lidhzXPIUb5Hah_YvpVS-36" parent="1" style="text;html=1;whiteSpace=wrap;strokeColor=none;fillColor=none;align=center;verticalAlign=middle;rounded=0;" value="&lt;b&gt;SHDR&lt;/b&gt;" vertex="1">
          <mxGeometry height="30" width="60" x="70" y="602" as="geometry" />
        </mxCell>
        <mxCell id="lidhzXPIUb5Hah_YvpVS-37" parent="1" style="text;html=1;whiteSpace=wrap;strokeColor=none;fillColor=none;align=center;verticalAlign=middle;rounded=0;" value="&lt;b&gt;Public Network&lt;/b&gt;" vertex="1">
          <mxGeometry height="30" width="90" x="263" y="1070" as="geometry" />
        </mxCell>
        <mxCell id="lidhzXPIUb5Hah_YvpVS-38" parent="1" style="text;html=1;whiteSpace=wrap;strokeColor=none;fillColor=none;align=center;verticalAlign=middle;rounded=0;" value="8. get phone number by &lt;br&gt;wechat auth code &amp;amp; accessToken" vertex="1">
          <mxGeometry height="40" width="170" x="1087" y="985" as="geometry" />
        </mxCell>
        <mxCell id="lidhzXPIUb5Hah_YvpVS-39" parent="1" style="text;html=1;whiteSpace=wrap;strokeColor=none;fillColor=none;align=center;verticalAlign=middle;rounded=0;fontColor=#A6A6A6;" value="&lt;font style=&quot;color: rgb(153, 153, 153);&quot;&gt;Loop until captcha verify success&lt;/font&gt;" vertex="1">
          <mxGeometry height="14" width="180" x="748" y="646" as="geometry" />
        </mxCell>
        <mxCell id="lidhzXPIUb5Hah_YvpVS-40" parent="1" style="text;html=1;whiteSpace=wrap;strokeColor=none;fillColor=none;align=center;verticalAlign=middle;rounded=0;" value="&lt;font style=&quot;color: rgb(153, 153, 153);&quot;&gt;Schedule task&lt;/font&gt;" vertex="1">
          <mxGeometry height="20" width="100" x="733" y="880" as="geometry" />
        </mxCell>
        <mxCell id="lidhzXPIUb5Hah_YvpVS-41" edge="1" parent="1" source="lidhzXPIUb5Hah_YvpVS-17" style="edgeStyle=orthogonalEdgeStyle;rounded=0;orthogonalLoop=1;jettySize=auto;html=1;entryX=0;entryY=0.765;entryDx=0;entryDy=0;dashed=1;startArrow=classic;startFill=1;endArrow=none;endFill=0;entryPerimeter=0;">
          <mxGeometry relative="1" as="geometry">
            <Array as="points">
              <mxPoint x="1173" y="814" />
            </Array>
            <mxPoint x="891" y="820" as="sourcePoint" />
            <mxPoint x="1173" y="804" as="targetPoint" />
          </mxGeometry>
        </mxCell>
        <mxCell id="lidhzXPIUb5Hah_YvpVS-42" edge="1" parent="1" style="edgeStyle=orthogonalEdgeStyle;rounded=0;orthogonalLoop=1;jettySize=auto;html=1;entryX=0;entryY=0.176;entryDx=0;entryDy=0;dashed=1;startArrow=classic;startFill=1;endArrow=none;endFill=0;entryPerimeter=0;exitX=0.977;exitY=0.338;exitDx=0;exitDy=0;exitPerimeter=0;">
          <mxGeometry relative="1" as="geometry">
            <mxPoint x="898.0010000000002" y="733.996" as="sourcePoint" />
            <mxPoint x="1176.73" y="734.17" as="targetPoint" />
          </mxGeometry>
        </mxCell>
        <mxCell id="lidhzXPIUb5Hah_YvpVS-43" parent="1" style="text;html=1;whiteSpace=wrap;strokeColor=none;fillColor=none;align=left;verticalAlign=middle;rounded=0;" value="&lt;font color=&quot;#ff3333&quot;&gt;1&lt;/font&gt;. open captcha-verify page&amp;nbsp;" vertex="1">
          <mxGeometry height="18" width="166.25" x="445" y="678" as="geometry" />
        </mxCell>
        <mxCell id="lidhzXPIUb5Hah_YvpVS-44" edge="1" parent="1" style="edgeStyle=orthogonalEdgeStyle;rounded=0;orthogonalLoop=1;jettySize=auto;html=1;entryX=0.015;entryY=0.166;entryDx=0;entryDy=0;entryPerimeter=0;">
          <mxGeometry relative="1" as="geometry">
            <Array as="points">
              <mxPoint x="429.5" y="775.02" />
            </Array>
            <mxPoint x="429" y="773" as="sourcePoint" />
            <mxPoint x="758.5" y="775.02" as="targetPoint" />
          </mxGeometry>
        </mxCell>
      </root>
    </mxGraphModel>
  </diagram>
</mxfile>
